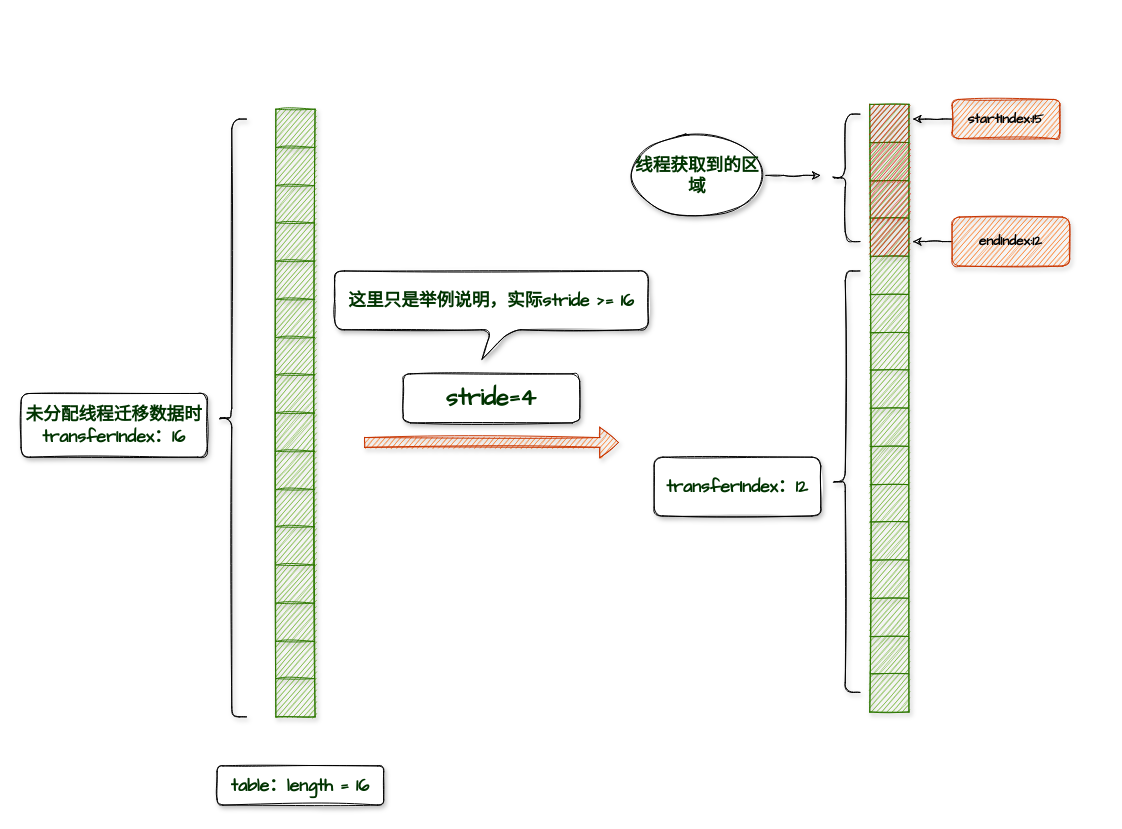
Before: page "transferIndex" (3 of 16) of thread/扩容.drawio in mydlxy/draw, a draw.io diagram. Source tidied: cells renumbered, new cells numbered last; positions are measured from the earlier drawing's top-left corner, leaving out a move shared by most shapes. Both pictures are drawn from the tidied source at 98%, with x=0, y=0 at pixel (-68, 99).
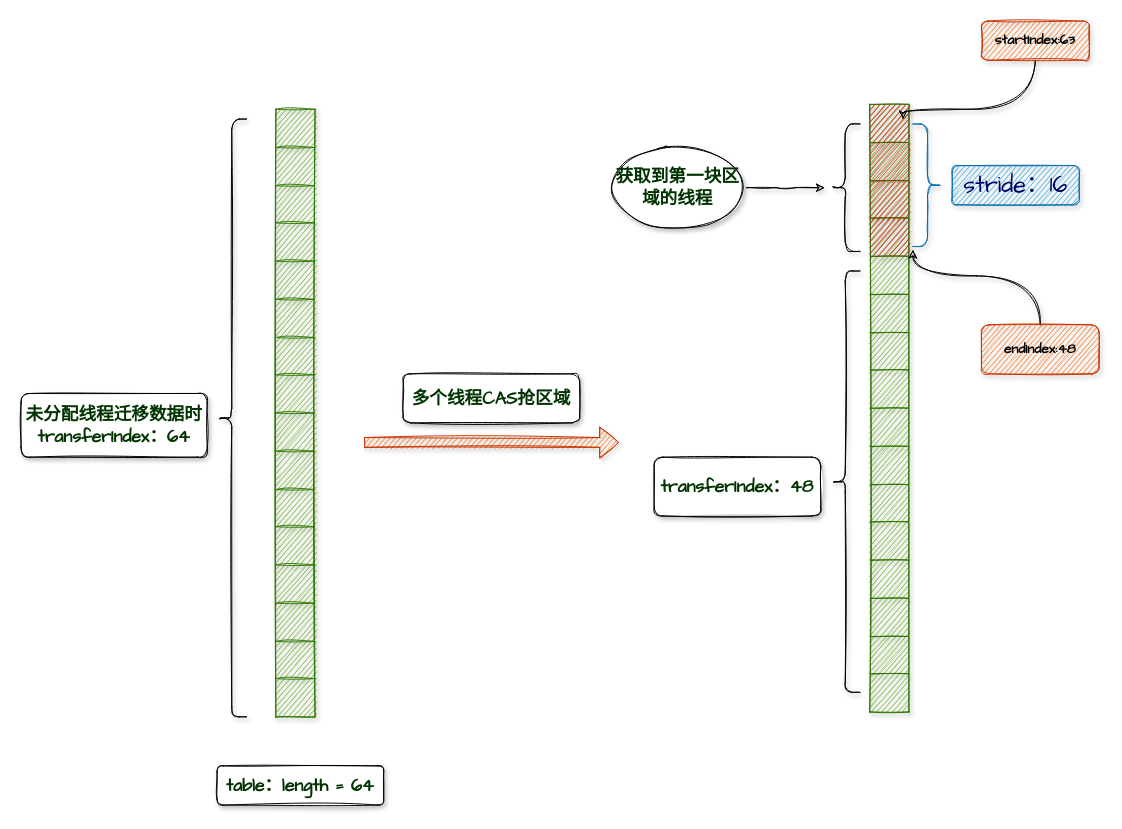
The same diagram, later.

The change refers to these unchanged cells:
```xml
<mxCell id="46" style="shape=tableRow;horizontal=0;startSize=0;swimlaneHead=0;swimlaneBody=0;top=0;left=0;bottom=0;right=0;fillColor=none;points=[[0,0.5],[1,0.5]];portConstraint=eastwest;rounded=1;shadow=1;sketch=1;fontFamily=Comic Sans MS;fontSize=18;fontColor=#003300;" parent="39" vertex="1">
  <mxGeometry y="116" width="40" height="39" as="geometry" />
</mxCell>
```

Change to the diagram source:
```diff
@@
-    <mxCell id="35" value="&lt;b&gt;table：length = 16&lt;/b&gt;" style="rounded=1;whiteSpace=wrap;html=1;shadow=1;sketch=1;fontFamily=Comic Sans MS;fontSize=18;fontColor=#003300;" parent="1" vertex="1">
+    <mxCell id="35" value="&lt;b&gt;table：length = 64&lt;/b&gt;" style="rounded=1;whiteSpace=wrap;html=1;shadow=1;sketch=1;fontFamily=Comic Sans MS;fontSize=18;fontColor=#003300;" parent="1" vertex="1">
       <mxGeometry x="290" y="680" width="170" height="40" as="geometry" />
     </mxCell>
@@
-    <mxCell id="37" value="&lt;b&gt;未分配线程迁移数据时transferIndex：16&lt;/b&gt;" style="rounded=1;whiteSpace=wrap;html=1;shadow=1;sketch=1;fontFamily=Comic Sans MS;fontSize=18;fontColor=#003300;" parent="1" vertex="1">
+    <mxCell id="37" value="&lt;b&gt;未分配线程迁移数据时transferIndex：64&lt;/b&gt;" style="rounded=1;whiteSpace=wrap;html=1;shadow=1;sketch=1;fontFamily=Comic Sans MS;fontSize=18;fontColor=#003300;" parent="1" vertex="1">
       <mxGeometry x="90" y="300" width="190" height="65" as="geometry" />
     </mxCell>
@@
-    <mxCell id="73" value="&lt;span style=&quot;&quot;&gt;&lt;b&gt;&lt;font style=&quot;font-size: 24px;&quot;&gt;stride=4&lt;/font&gt;&lt;/b&gt;&lt;/span&gt;" style="rounded=1;whiteSpace=wrap;html=1;shadow=1;sketch=1;fontFamily=Comic Sans MS;fontSize=18;fontColor=#003300;" parent="1" vertex="1">
+    <mxCell id="73" value="&lt;span style=&quot;&quot;&gt;&lt;b&gt;&lt;font style=&quot;font-size: 18px;&quot;&gt;多个线程CAS抢区域&lt;/font&gt;&lt;/b&gt;&lt;/span&gt;" style="rounded=1;whiteSpace=wrap;html=1;shadow=1;sketch=1;fontFamily=Comic Sans MS;fontSize=18;fontColor=#003300;" parent="1" vertex="1">
       <mxGeometry x="480" y="280" width="180" height="50" as="geometry" />
     </mxCell>
-    <mxCell id="74" value="&lt;span style=&quot;&quot;&gt;&lt;b&gt;transferIndex：12&lt;/b&gt;&lt;/span&gt;" style="rounded=1;whiteSpace=wrap;html=1;shadow=1;sketch=1;fontFamily=Comic Sans MS;fontSize=18;fontColor=#003300;" parent="1" vertex="1">
+    <mxCell id="74" value="&lt;span style=&quot;&quot;&gt;&lt;b&gt;transferIndex：48&lt;/b&gt;&lt;/span&gt;" style="rounded=1;whiteSpace=wrap;html=1;shadow=1;sketch=1;fontFamily=Comic Sans MS;fontSize=18;fontColor=#003300;" parent="1" vertex="1">
       <mxGeometry x="736" y="365" width="170" height="60" as="geometry" />
     </mxCell>
     <mxCell id="75" style="shape=curlyBracket;whiteSpace=wrap;html=1;rounded=1;shadow=1;sketch=1;fontFamily=Comic Sans MS;fontSize=18;fontColor=#003300;" parent="1" vertex="1">
-      <mxGeometry x="916" y="15" width="30" height="130" as="geometry" />
+      <mxGeometry x="916" y="25" width="30" height="130" as="geometry" />
     </mxCell>
     <mxCell id="76" style="edgeStyle=orthogonalEdgeStyle;rounded=1;sketch=1;jettySize=auto;html=1;shadow=1;fontFamily=Comic Sans MS;fontSize=18;fontColor=#003300;" parent="1" edge="1" source="77">
       <mxGeometry relative="1" as="geometry">
-        <mxPoint x="906" y="77.5" as="targetPoint" />
+        <mxPoint x="910" y="90" as="targetPoint" />
       </mxGeometry>
     </mxCell>
-    <mxCell id="77" value="&lt;font style=&quot;font-size: 18px;&quot;&gt;&lt;b&gt;线程获取到的区域&lt;/b&gt;&lt;/font&gt;" style="ellipse;whiteSpace=wrap;html=1;rounded=1;shadow=1;sketch=1;fontFamily=Comic Sans MS;fontSize=18;fontColor=#003300;" parent="1" vertex="1">
-      <mxGeometry x="710" y="35" width="140" height="85" as="geometry" />
+    <mxCell id="77" value="&lt;font style=&quot;font-size: 18px;&quot;&gt;&lt;b&gt;获取到第一块区域的线程&lt;/b&gt;&lt;/font&gt;" style="ellipse;whiteSpace=wrap;html=1;rounded=1;shadow=1;sketch=1;fontFamily=Comic Sans MS;fontSize=18;fontColor=#003300;" parent="1" vertex="1">
+      <mxGeometry x="690" y="47.5" width="140" height="85" as="geometry" />
     </mxCell>
-    <mxCell id="78" value="&lt;font style=&quot;font-size: 18px;&quot;&gt;&lt;b style=&quot;&quot;&gt;这里只是举例说明，实际stride &amp;gt;= 16&lt;/b&gt;&lt;/font&gt;" style="shape=callout;whiteSpace=wrap;html=1;perimeter=calloutPerimeter;rounded=1;shadow=1;sketch=1;fontFamily=Comic Sans MS;fontSize=18;fontColor=#003300;position2=0.47;" parent="1" vertex="1">
-      <mxGeometry x="410" y="175" width="320" height="90" as="geometry" />
-    </mxCell>
-    <mxCell id="79" style="edgeStyle=orthogonalEdgeStyle;rounded=1;sketch=1;jettySize=auto;html=1;shadow=1;fontFamily=Comic Sans MS;fontSize=14;fontColor=#003300;" parent="1" edge="1" source="80">
-      <mxGeometry relative="1" as="geometry">
-        <mxPoint x="1000" y="20" as="targetPoint" />
-      </mxGeometry>
-    </mxCell>
+    <mxCell id="83" style="edgeStyle=orthogonalEdgeStyle;curved=1;rounded=1;sketch=1;jettySize=auto;html=1;shadow=1;fontFamily=Comic Sans MS;fontSize=24;fontColor=#003300;" parent="1" edge="1" source="80">
+      <mxGeometry relative="1" as="geometry">
+        <mxPoint x="990" y="20" as="targetPoint" />
+        <Array as="points">
+          <mxPoint x="1125" y="10" />
+          <mxPoint x="990" y="10" />
+        </Array>
+      </mxGeometry>
+    </mxCell>
-    <mxCell id="80" value="&lt;b&gt;startIndex:15&lt;/b&gt;" style="text;html=1;strokeColor=#C73500;fillColor=#fa6800;align=center;verticalAlign=middle;whiteSpace=wrap;rounded=1;shadow=1;sketch=1;fontFamily=Comic Sans MS;fontSize=14;fontColor=#000000;" parent="1" vertex="1">
-      <mxGeometry x="1040" width="110" height="40" as="geometry" />
+    <mxCell id="80" value="&lt;b&gt;startIndex:63&lt;/b&gt;" style="text;html=1;strokeColor=#C73500;fillColor=#fa6800;align=center;verticalAlign=middle;whiteSpace=wrap;rounded=1;shadow=1;sketch=1;fontFamily=Comic Sans MS;fontSize=14;fontColor=#000000;" parent="1" vertex="1">
+      <mxGeometry x="1070" y="-80" width="110" height="40" as="geometry" />
     </mxCell>
-    <mxCell id="81" style="edgeStyle=orthogonalEdgeStyle;rounded=1;sketch=1;jettySize=auto;html=1;shadow=1;fontFamily=Comic Sans MS;fontSize=14;fontColor=#003300;" parent="1" edge="1" source="82">
-      <mxGeometry relative="1" as="geometry">
-        <mxPoint x="1000" y="145" as="targetPoint" />
-      </mxGeometry>
-    </mxCell>
+    <mxCell id="84" style="edgeStyle=orthogonalEdgeStyle;curved=1;rounded=1;sketch=1;jettySize=auto;html=1;entryX=1.102;entryY=0.835;entryDx=0;entryDy=0;entryPerimeter=0;shadow=1;fontFamily=Comic Sans MS;fontSize=24;fontColor=#003300;" parent="1" edge="1" source="82" target="46">
+      <mxGeometry relative="1" as="geometry">
+        <Array as="points">
+          <mxPoint x="1130" y="180" />
+          <mxPoint x="1000" y="180" />
+        </Array>
+      </mxGeometry>
+    </mxCell>
-    <mxCell id="82" value="&lt;b&gt;endIndex:12&lt;/b&gt;" style="text;html=1;strokeColor=#C73500;fillColor=#fa6800;align=center;verticalAlign=middle;whiteSpace=wrap;rounded=1;shadow=1;sketch=1;fontFamily=Comic Sans MS;fontSize=14;fontColor=#000000;" parent="1" vertex="1">
-      <mxGeometry x="1040" y="120" width="120" height="50" as="geometry" />
+    <mxCell id="82" value="&lt;b&gt;endIndex:48&lt;/b&gt;" style="text;html=1;strokeColor=#C73500;fillColor=#fa6800;align=center;verticalAlign=middle;whiteSpace=wrap;rounded=1;shadow=1;sketch=1;fontFamily=Comic Sans MS;fontSize=14;fontColor=#000000;" parent="1" vertex="1">
+      <mxGeometry x="1070" y="230" width="120" height="50" as="geometry" />
     </mxCell>
+    <mxCell id="85" style="shape=curlyBracket;whiteSpace=wrap;html=1;rounded=1;flipH=1;shadow=1;sketch=1;fontFamily=Comic Sans MS;fontSize=24;fontColor=#ffffff;strokeColor=#006EAF;fillColor=#1ba1e2;" parent="1" vertex="1">
+      <mxGeometry x="1000" y="25" width="30" height="125" as="geometry" />
+    </mxCell>
+    <mxCell id="86" value="&lt;font color=&quot;#000066&quot;&gt;stride：16&lt;/font&gt;" style="rounded=1;whiteSpace=wrap;html=1;shadow=1;sketch=1;fontFamily=Comic Sans MS;fontSize=24;fontColor=#ffffff;fillColor=#1ba1e2;strokeColor=#006EAF;" parent="1" vertex="1">
+      <mxGeometry x="1040" y="67.5" width="130" height="40" as="geometry" />
+    </mxCell>
```
